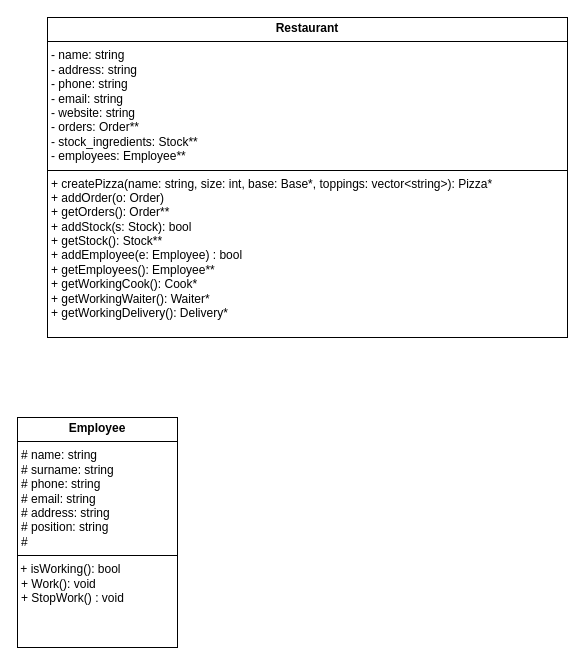
The draw.io diagram OOP.drawio in LPbigFish/OOP-Project-Pizzeria, before the edit. Source tidied: cells renumbered, new cells numbered last; positions are measured from the earlier drawing's top-left corner, leaving out a move shared by most shapes. Both pictures are drawn from the tidied source at 100%, with x=0, y=0 at pixel (17, 17).
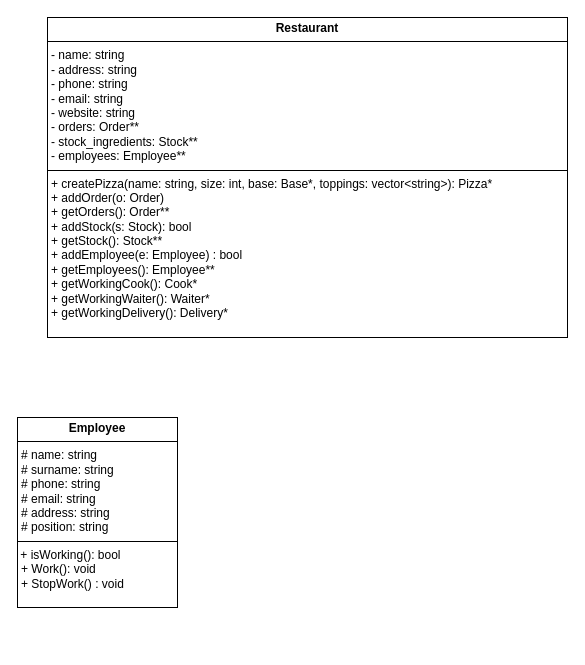
The same diagram, later.

The edit, as a diff of the source:
```diff
@@
 <mxGraphModel>
   <root>
     <mxCell id="0" />
     <mxCell id="1" parent="0" />
     <mxCell id="2" value="&lt;p style=&quot;margin:0px;margin-top:4px;text-align:center;&quot;&gt;&lt;b&gt;Restaurant&lt;/b&gt;&lt;/p&gt;&lt;hr size=&quot;1&quot; style=&quot;border-style:solid;&quot;&gt;&lt;p style=&quot;margin:0px;margin-left:4px;&quot;&gt;- name: string&lt;/p&gt;&lt;p style=&quot;margin:0px;margin-left:4px;&quot;&gt;- address: string&lt;/p&gt;&lt;p style=&quot;margin:0px;margin-left:4px;&quot;&gt;- phone: string&lt;/p&gt;&lt;p style=&quot;margin:0px;margin-left:4px;&quot;&gt;- email: string&lt;/p&gt;&lt;p style=&quot;margin:0px;margin-left:4px;&quot;&gt;- website: string&lt;/p&gt;&lt;p style=&quot;margin:0px;margin-left:4px;&quot;&gt;- orders: Order**&lt;/p&gt;&lt;p style=&quot;margin:0px;margin-left:4px;&quot;&gt;- stock_ingredients: Stock**&lt;/p&gt;&lt;p style=&quot;margin:0px;margin-left:4px;&quot;&gt;- employees: Employee**&lt;/p&gt;&lt;hr size=&quot;1&quot; style=&quot;border-style:solid;&quot;&gt;&lt;p style=&quot;margin:0px;margin-left:4px;&quot;&gt;+ createPizza(name: string, size: int, base: Base*, toppings: vector&amp;lt;string&amp;gt;): Pizza*&lt;/p&gt;&lt;p style=&quot;margin:0px;margin-left:4px;&quot;&gt;+ addOrder(o: Order)&lt;/p&gt;&lt;p style=&quot;margin:0px;margin-left:4px;&quot;&gt;+ getOrders(): Order**&lt;/p&gt;&lt;p style=&quot;margin:0px;margin-left:4px;&quot;&gt;+ addStock(s: Stock): bool&lt;/p&gt;&lt;p style=&quot;margin:0px;margin-left:4px;&quot;&gt;+ getStock(): Stock**&lt;/p&gt;&lt;p style=&quot;margin:0px;margin-left:4px;&quot;&gt;+ addEmployee(e: Employee) : bool&lt;/p&gt;&lt;p style=&quot;margin:0px;margin-left:4px;&quot;&gt;+ getEmployees(): Employee**&lt;/p&gt;&lt;p style=&quot;margin:0px;margin-left:4px;&quot;&gt;+ getWorkingCook(): Cook*&lt;/p&gt;&lt;p style=&quot;margin:0px;margin-left:4px;&quot;&gt;+ getWorkingWaiter(): Waiter*&lt;/p&gt;&lt;p style=&quot;margin:0px;margin-left:4px;&quot;&gt;+ getWorkingDelivery(): Delivery*&lt;/p&gt;" style="verticalAlign=top;align=left;overflow=fill;html=1;whiteSpace=wrap;" parent="1" vertex="1">
       <mxGeometry x="30" width="520" height="320" as="geometry" />
     </mxCell>
-    <mxCell id="3" value="&lt;p style=&quot;margin:0px;margin-top:4px;text-align:center;&quot;&gt;&lt;b&gt;Employee&lt;/b&gt;&lt;/p&gt;&lt;hr size=&quot;1&quot; style=&quot;border-style:solid;&quot;&gt;&lt;p style=&quot;margin:0px;margin-left:4px;&quot;&gt;# name: string&lt;/p&gt;&lt;p style=&quot;margin:0px;margin-left:4px;&quot;&gt;# surname: string&lt;/p&gt;&lt;p style=&quot;margin:0px;margin-left:4px;&quot;&gt;# phone: string&lt;/p&gt;&lt;p style=&quot;margin:0px;margin-left:4px;&quot;&gt;# email: string&lt;/p&gt;&lt;p style=&quot;margin:0px;margin-left:4px;&quot;&gt;# address: string&lt;/p&gt;&lt;p style=&quot;margin:0px;margin-left:4px;&quot;&gt;# position: string&lt;/p&gt;&lt;p style=&quot;margin:0px;margin-left:4px;&quot;&gt;#&amp;nbsp;&lt;/p&gt;&lt;hr size=&quot;1&quot; style=&quot;border-style:solid;&quot;&gt;&amp;nbsp;+ isWorking(): bool&lt;br&gt;&lt;p style=&quot;margin:0px;margin-left:4px;&quot;&gt;+ Work(): void&lt;/p&gt;&lt;p style=&quot;margin:0px;margin-left:4px;&quot;&gt;+ StopWork() : void&lt;/p&gt;" style="verticalAlign=top;align=left;overflow=fill;html=1;whiteSpace=wrap;" parent="1" vertex="1">
-      <mxGeometry y="400" width="160" height="230" as="geometry" />
+    <mxCell id="3" value="&lt;p style=&quot;margin:0px;margin-top:4px;text-align:center;&quot;&gt;&lt;b&gt;Employee&lt;/b&gt;&lt;/p&gt;&lt;hr size=&quot;1&quot; style=&quot;border-style:solid;&quot;&gt;&lt;p style=&quot;margin:0px;margin-left:4px;&quot;&gt;# name: string&lt;/p&gt;&lt;p style=&quot;margin:0px;margin-left:4px;&quot;&gt;# surname: string&lt;/p&gt;&lt;p style=&quot;margin:0px;margin-left:4px;&quot;&gt;# phone: string&lt;/p&gt;&lt;p style=&quot;margin:0px;margin-left:4px;&quot;&gt;# email: string&lt;/p&gt;&lt;p style=&quot;margin:0px;margin-left:4px;&quot;&gt;# address: string&lt;/p&gt;&lt;p style=&quot;margin:0px;margin-left:4px;&quot;&gt;# position: string&lt;span style=&quot;background-color: transparent; color: light-dark(rgb(0, 0, 0), rgb(255, 255, 255));&quot;&gt;&amp;nbsp;&lt;/span&gt;&lt;/p&gt;&lt;hr size=&quot;1&quot; style=&quot;border-style:solid;&quot;&gt;&amp;nbsp;+ isWorking(): bool&lt;br&gt;&lt;p style=&quot;margin:0px;margin-left:4px;&quot;&gt;+ Work(): void&lt;/p&gt;&lt;p style=&quot;margin:0px;margin-left:4px;&quot;&gt;+ StopWork() : void&lt;/p&gt;" style="verticalAlign=top;align=left;overflow=fill;html=1;whiteSpace=wrap;" parent="1" vertex="1">
+      <mxGeometry y="400" width="160" height="190" as="geometry" />
     </mxCell>
   </root>
 </mxGraphModel>
```
